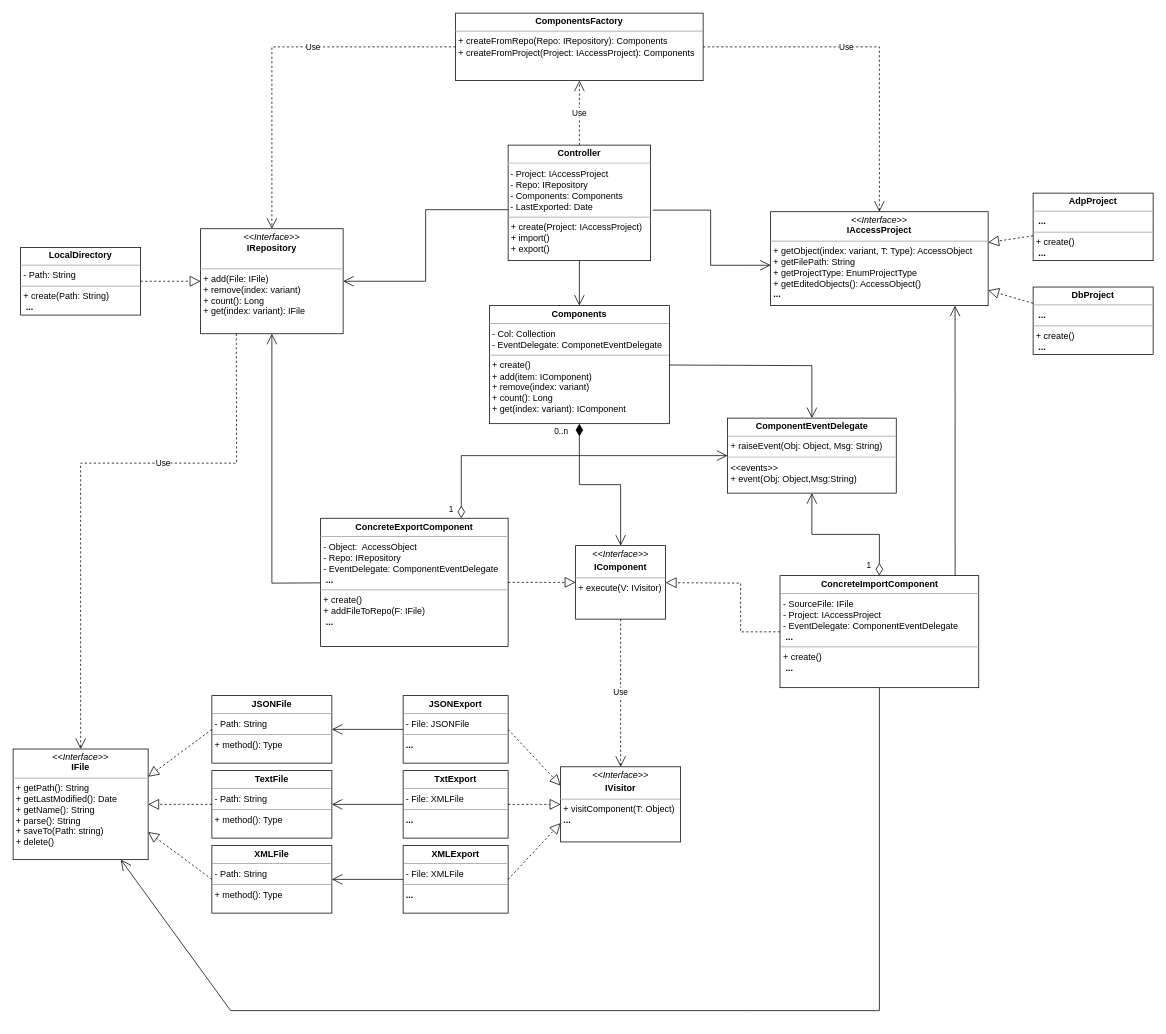
The draw.io diagram Class Diagram.drawio in Whiskeyless/msaccess-vcs-integration, before the edit. Source tidied: cells renumbered, new cells numbered last; positions are measured from the earlier drawing's top-left corner, leaving out a move shared by most shapes. Both pictures are drawn from the tidied source at 75%, with x=0, y=0 at pixel (13, 13).
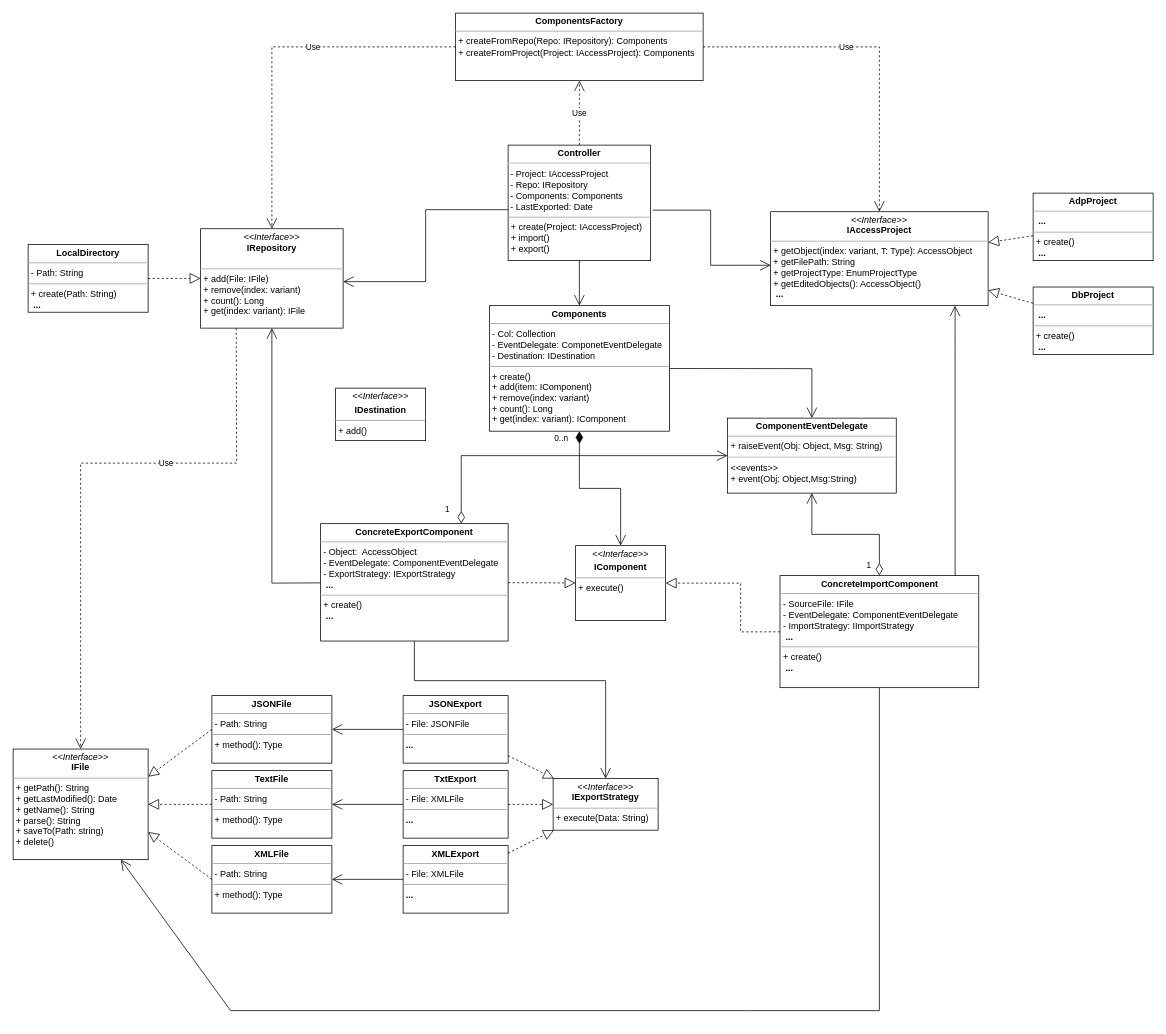
The same page after the edit.

The change refers to these unchanged cells:
```xml
<mxCell id="3" value="&lt;p style=&quot;margin:0px;margin-top:4px;text-align:center;&quot;&gt;&lt;b&gt;Controller&lt;/b&gt;&lt;/p&gt;&lt;hr&gt;&amp;nbsp;- Project: IAccessProject&lt;br&gt;&amp;nbsp;- Repo: IRepository&lt;br&gt;&amp;nbsp;- Components: Components&lt;br&gt;&amp;nbsp;- LastExported: Date&lt;br&gt;&lt;hr size=&quot;1&quot;&gt;&lt;p style=&quot;margin:0px;margin-left:4px;&quot;&gt;+ create(Project: IAccessProject)&lt;/p&gt;&lt;p style=&quot;margin:0px;margin-left:4px;&quot;&gt;+ import()&lt;/p&gt;&lt;p style=&quot;margin:0px;margin-left:4px;&quot;&gt;+ export()&lt;/p&gt;&lt;p style=&quot;margin:0px;margin-left:4px;&quot;&gt;&amp;nbsp;&lt;b&gt;...&lt;/b&gt;&lt;/p&gt;" style="verticalAlign=top;align=left;overflow=fill;fontSize=12;fontFamily=Helvetica;html=1;" parent="1" vertex="1">
  <mxGeometry x="660" y="176" width="190" height="154" as="geometry" />
</mxCell>
<mxCell id="11" value="&lt;p style=&quot;margin:0px;margin-top:4px;text-align:center;&quot;&gt;&lt;b&gt;XMLExport&lt;/b&gt;&lt;/p&gt;&lt;hr size=&quot;1&quot;&gt;&lt;p style=&quot;margin:0px;margin-left:4px;&quot;&gt;- File: XMLFile&lt;/p&gt;&lt;hr size=&quot;1&quot;&gt;&lt;p style=&quot;margin: 0px 0px 0px 4px;&quot;&gt;&lt;b&gt;...&lt;/b&gt;&lt;/p&gt;" style="verticalAlign=top;align=left;overflow=fill;fontSize=12;fontFamily=Helvetica;html=1;" parent="1" vertex="1">
  <mxGeometry x="520" y="1110" width="140" height="90" as="geometry" />
</mxCell>
<mxCell id="12" value="&lt;p style=&quot;margin:0px;margin-top:4px;text-align:center;&quot;&gt;&lt;b&gt;JSONExport&lt;/b&gt;&lt;/p&gt;&lt;hr size=&quot;1&quot;&gt;&lt;p style=&quot;margin:0px;margin-left:4px;&quot;&gt;- File: JSONFile&lt;/p&gt;&lt;hr size=&quot;1&quot;&gt;&lt;p style=&quot;margin:0px;margin-left:4px;&quot;&gt;&lt;b style=&quot;background-color: initial;&quot;&gt;...&lt;/b&gt;&lt;br&gt;&lt;/p&gt;" style="verticalAlign=top;align=left;overflow=fill;fontSize=12;fontFamily=Helvetica;html=1;" parent="1" vertex="1">
  <mxGeometry x="520" y="910" width="140" height="90" as="geometry" />
</mxCell>
<mxCell id="30" value="&lt;p style=&quot;margin:0px;margin-top:4px;text-align:center;&quot;&gt;&lt;b&gt;TxtExport&lt;/b&gt;&lt;/p&gt;&lt;hr size=&quot;1&quot;&gt;&lt;p style=&quot;margin:0px;margin-left:4px;&quot;&gt;- File: XMLFile&lt;/p&gt;&lt;hr size=&quot;1&quot;&gt;&lt;p style=&quot;margin: 0px 0px 0px 4px;&quot;&gt;&lt;b style=&quot;background-color: initial;&quot;&gt;...&lt;/b&gt;&lt;br&gt;&lt;/p&gt;" style="verticalAlign=top;align=left;overflow=fill;fontSize=12;fontFamily=Helvetica;html=1;" parent="1" vertex="1">
  <mxGeometry x="520" y="1010" width="140" height="90" as="geometry" />
</mxCell>
<mxCell id="44" value="&lt;p style=&quot;margin:0px;margin-top:4px;text-align:center;&quot;&gt;&lt;b&gt;ComponentEventDelegate&lt;/b&gt;&lt;/p&gt;&lt;hr size=&quot;1&quot;&gt;&lt;p style=&quot;margin:0px;margin-left:4px;&quot;&gt;+ raiseEvent(Obj: Object, Msg: String)&lt;/p&gt;&lt;hr&gt;&lt;p style=&quot;margin:0px;margin-left:4px;&quot;&gt;&amp;lt;&amp;lt;events&amp;gt;&amp;gt;&lt;/p&gt;&lt;p style=&quot;margin:0px;margin-left:4px;&quot;&gt;+ event(Obj: Object,Msg:String)&lt;/p&gt;&lt;p style=&quot;margin:0px;margin-left:4px;&quot;&gt;&lt;br&gt;&lt;/p&gt;" style="verticalAlign=top;align=left;overflow=fill;fontSize=12;fontFamily=Helvetica;html=1;" parent="1" vertex="1">
  <mxGeometry x="952.5" y="540" width="225" height="100" as="geometry" />
</mxCell>
```

Change to the diagram source:
```diff
@@
-    <mxCell id="2" value="&lt;p style=&quot;margin:0px;margin-top:4px;text-align:center;&quot;&gt;&lt;i&gt;&amp;lt;&amp;lt;Interface&amp;gt;&amp;gt;&lt;b&gt;&lt;br&gt;&lt;/b&gt;&lt;/i&gt;&lt;b&gt;IAccessProject&lt;/b&gt;&lt;/p&gt;&lt;hr size=&quot;1&quot;&gt;&lt;p style=&quot;margin:0px;margin-left:4px;&quot;&gt;+ getObject(index: variant, T: Type): AccessObject&lt;/p&gt;&lt;p style=&quot;margin:0px;margin-left:4px;&quot;&gt;+ getFilePath: String&lt;/p&gt;&lt;p style=&quot;margin:0px;margin-left:4px;&quot;&gt;+ getProjectType: EnumProjectType&lt;/p&gt;&lt;p style=&quot;margin:0px;margin-left:4px;&quot;&gt;+ getEditedObjects(): AccessObject()&lt;/p&gt;&lt;p style=&quot;margin:0px;margin-left:4px;&quot;&gt;&lt;b&gt;...&lt;/b&gt;&lt;/p&gt;" style="verticalAlign=top;align=left;overflow=fill;fontSize=12;fontFamily=Helvetica;html=1;" parent="1" vertex="1">
+    <mxCell id="2" value="&lt;p style=&quot;margin:0px;margin-top:4px;text-align:center;&quot;&gt;&lt;i&gt;&amp;lt;&amp;lt;Interface&amp;gt;&amp;gt;&lt;b&gt;&lt;br&gt;&lt;/b&gt;&lt;/i&gt;&lt;b&gt;IAccessProject&lt;/b&gt;&lt;/p&gt;&lt;hr size=&quot;1&quot;&gt;&lt;p style=&quot;margin:0px;margin-left:4px;&quot;&gt;+ getObject(index: variant, T: Type): AccessObject&lt;/p&gt;&lt;p style=&quot;margin:0px;margin-left:4px;&quot;&gt;+ getFilePath: String&lt;/p&gt;&lt;p style=&quot;margin:0px;margin-left:4px;&quot;&gt;+ getProjectType: EnumProjectType&lt;/p&gt;&lt;p style=&quot;margin:0px;margin-left:4px;&quot;&gt;+ getEditedObjects(): AccessObject()&lt;/p&gt;&lt;p style=&quot;margin:0px;margin-left:4px;&quot;&gt;&lt;b&gt;&amp;nbsp;...&lt;/b&gt;&lt;/p&gt;" style="verticalAlign=top;align=left;overflow=fill;fontSize=12;fontFamily=Helvetica;html=1;" parent="1" vertex="1">
       <mxGeometry x="1010" y="264.8" width="290" height="125.2" as="geometry" />
     </mxCell>
@@
-    <mxCell id="7" value="&lt;p style=&quot;margin:0px;margin-top:4px;text-align:center;&quot;&gt;&lt;b&gt;ConcreteExportComponent&lt;/b&gt;&lt;/p&gt;&lt;hr size=&quot;1&quot;&gt;&lt;p style=&quot;margin:0px;margin-left:4px;&quot;&gt;- Object:&amp;nbsp; AccessObject&lt;/p&gt;&lt;p style=&quot;margin:0px;margin-left:4px;&quot;&gt;&lt;span style=&quot;background-color: initial;&quot;&gt;- Repo: IRepository&lt;/span&gt;&lt;br&gt;&lt;/p&gt;&lt;p style=&quot;margin:0px;margin-left:4px;&quot;&gt;- EventDelegate: ComponentEventDelegate&lt;/p&gt;&lt;p style=&quot;margin:0px;margin-left:4px;&quot;&gt;&lt;span style=&quot;background-color: initial;&quot;&gt;&amp;nbsp;&lt;/span&gt;&lt;b style=&quot;background-color: initial;&quot;&gt;...&lt;/b&gt;&lt;br&gt;&lt;/p&gt;&lt;hr size=&quot;1&quot;&gt;&lt;p style=&quot;margin:0px;margin-left:4px;&quot;&gt;+ create()&lt;/p&gt;&lt;p style=&quot;margin:0px;margin-left:4px;&quot;&gt;+ addFileToRepo(F: IFile)&lt;/p&gt;&lt;p style=&quot;margin:0px;margin-left:4px;&quot;&gt;&amp;nbsp;&lt;b&gt;...&lt;/b&gt;&lt;/p&gt;" style="verticalAlign=top;align=left;overflow=fill;fontSize=12;fontFamily=Helvetica;html=1;" parent="1" vertex="1">
-      <mxGeometry x="410" y="673.5" width="250" height="171" as="geometry" />
+    <mxCell id="7" value="&lt;p style=&quot;margin:0px;margin-top:4px;text-align:center;&quot;&gt;&lt;b&gt;ConcreteExportComponent&lt;/b&gt;&lt;/p&gt;&lt;hr size=&quot;1&quot;&gt;&lt;p style=&quot;margin:0px;margin-left:4px;&quot;&gt;- Object:&amp;nbsp; AccessObject&lt;/p&gt;&lt;p style=&quot;margin:0px;margin-left:4px;&quot;&gt;- EventDelegate: ComponentEventDelegate&lt;/p&gt;&lt;p style=&quot;margin:0px;margin-left:4px;&quot;&gt;- ExportStrategy: IExportStrategy&lt;/p&gt;&lt;p style=&quot;margin:0px;margin-left:4px;&quot;&gt;&lt;span style=&quot;background-color: initial;&quot;&gt;&amp;nbsp;&lt;/span&gt;&lt;b style=&quot;background-color: initial;&quot;&gt;...&lt;/b&gt;&lt;br&gt;&lt;/p&gt;&lt;hr size=&quot;1&quot;&gt;&lt;p style=&quot;margin:0px;margin-left:4px;&quot;&gt;+ create()&lt;/p&gt;&lt;p style=&quot;margin:0px;margin-left:4px;&quot;&gt;&amp;nbsp;&lt;b&gt;...&lt;/b&gt;&lt;/p&gt;" style="verticalAlign=top;align=left;overflow=fill;fontSize=12;fontFamily=Helvetica;html=1;" parent="1" vertex="1">
+      <mxGeometry x="410" y="680.7" width="250" height="156.5" as="geometry" />
     </mxCell>
-    <mxCell id="8" value="&lt;p style=&quot;margin:0px;margin-top:4px;text-align:center;&quot;&gt;&lt;i&gt;&amp;lt;&amp;lt;Interface&amp;gt;&amp;gt;&lt;/i&gt;&lt;br&gt;&lt;/p&gt;&lt;p style=&quot;margin:0px;margin-top:4px;text-align:center;&quot;&gt;&lt;b&gt;IComponent&lt;/b&gt;&lt;/p&gt;&lt;hr size=&quot;1&quot;&gt;&lt;p style=&quot;margin: 0px 0px 0px 4px;&quot;&gt;+ execute(V: IVisitor)&lt;/p&gt;" style="verticalAlign=top;align=left;overflow=fill;fontSize=12;fontFamily=Helvetica;html=1;" parent="1" vertex="1">
-      <mxGeometry x="750" y="710" width="120" height="98" as="geometry" />
+    <mxCell id="8" value="&lt;p style=&quot;margin:0px;margin-top:4px;text-align:center;&quot;&gt;&lt;i&gt;&amp;lt;&amp;lt;Interface&amp;gt;&amp;gt;&lt;/i&gt;&lt;br&gt;&lt;/p&gt;&lt;p style=&quot;margin:0px;margin-top:4px;text-align:center;&quot;&gt;&lt;b&gt;IComponent&lt;/b&gt;&lt;/p&gt;&lt;hr size=&quot;1&quot;&gt;&lt;p style=&quot;margin: 0px 0px 0px 4px;&quot;&gt;+ execute()&lt;/p&gt;" style="verticalAlign=top;align=left;overflow=fill;fontSize=12;fontFamily=Helvetica;html=1;" parent="1" vertex="1">
+      <mxGeometry x="750" y="710" width="120" height="100" as="geometry" />
     </mxCell>
@@
-    <mxCell id="10" value="&lt;p style=&quot;margin:0px;margin-top:4px;text-align:center;&quot;&gt;&lt;i&gt;&amp;lt;&amp;lt;Interface&amp;gt;&amp;gt;&lt;/i&gt;&lt;br&gt;&lt;/p&gt;&lt;p style=&quot;margin:0px;margin-top:4px;text-align:center;&quot;&gt;&lt;b&gt;IVisitor&lt;/b&gt;&lt;/p&gt;&lt;hr size=&quot;1&quot;&gt;&lt;p style=&quot;margin:0px;margin-left:4px;&quot;&gt;+ visitComponent(T: Object)&lt;br&gt;&lt;/p&gt;&lt;p style=&quot;margin:0px;margin-left:4px;&quot;&gt;&lt;b style=&quot;background-color: initial;&quot;&gt;...&lt;/b&gt;&lt;br&gt;&lt;/p&gt;" style="verticalAlign=top;align=left;overflow=fill;fontSize=12;fontFamily=Helvetica;html=1;" parent="1" vertex="1">
-      <mxGeometry x="730" y="1004.9" width="160" height="100.2" as="geometry" />
-    </mxCell>
@@
-    <mxCell id="13" style="endArrow=block;dashed=1;endFill=0;endSize=12;html=1;rounded=0;entryX=0;entryY=0.25;entryDx=0;entryDy=0;exitX=1;exitY=0.5;exitDx=0;exitDy=0;" parent="1" edge="1" source="12" target="10">
-      <mxGeometry relative="1" as="geometry" />
-    </mxCell>
-    <mxCell id="14" style="endArrow=block;dashed=1;endFill=0;endSize=12;html=1;rounded=0;entryX=0;entryY=0.75;entryDx=0;entryDy=0;exitX=1;exitY=0.5;exitDx=0;exitDy=0;" parent="1" edge="1" source="11" target="10">
-      <mxGeometry relative="1" as="geometry" />
-    </mxCell>
@@
     <mxCell id="25" value="&lt;p style=&quot;margin:0px;margin-top:4px;text-align:center;&quot;&gt;&lt;i&gt;&amp;lt;&amp;lt;Interface&amp;gt;&amp;gt;&lt;/i&gt;&lt;br&gt;&lt;b&gt;IRepository&lt;/b&gt;&lt;/p&gt;&lt;br&gt;&lt;hr size=&quot;1&quot;&gt;&lt;p style=&quot;margin:0px;margin-left:4px;&quot;&gt;+ add(File: IFile)&lt;br&gt;+ remove(index: variant)&lt;/p&gt;&lt;p style=&quot;margin:0px;margin-left:4px;&quot;&gt;+ count(): Long&lt;/p&gt;&lt;p style=&quot;margin:0px;margin-left:4px;&quot;&gt;+ get(index: variant): IFile&lt;/p&gt;" style="verticalAlign=top;align=left;overflow=fill;fontSize=12;fontFamily=Helvetica;html=1;" parent="1" vertex="1">
-      <mxGeometry x="250" y="287.5" width="190" height="140" as="geometry" />
+      <mxGeometry x="250" y="287.5" width="190" height="132.5" as="geometry" />
     </mxCell>
     <mxCell id="26" value="&lt;p style=&quot;margin:0px;margin-top:4px;text-align:center;&quot;&gt;&lt;b&gt;LocalDirectory&lt;/b&gt;&lt;/p&gt;&lt;hr size=&quot;1&quot;&gt;&lt;p style=&quot;margin:0px;margin-left:4px;&quot;&gt;- Path: String&lt;/p&gt;&lt;hr size=&quot;1&quot;&gt;&lt;p style=&quot;margin:0px;margin-left:4px;&quot;&gt;+ create(Path: String)&lt;/p&gt;&lt;p style=&quot;margin:0px;margin-left:4px;&quot;&gt;&amp;nbsp;&lt;b&gt;...&lt;/b&gt;&lt;/p&gt;" style="verticalAlign=top;align=left;overflow=fill;fontSize=12;fontFamily=Helvetica;html=1;" parent="1" vertex="1">
-      <mxGeometry x="10" y="312.4" width="160" height="90.2" as="geometry" />
+      <mxGeometry x="20" y="308.6" width="160" height="90.2" as="geometry" />
     </mxCell>
@@
-    <mxCell id="29" style="endArrow=open;html=1;endSize=12;startArrow=none;startSize=14;startFill=0;edgeStyle=orthogonalEdgeStyle;align=left;verticalAlign=bottom;rounded=0;exitX=0;exitY=0.559;exitDx=0;exitDy=0;exitPerimeter=0;entryX=1;entryY=0.5;entryDx=0;entryDy=0;" parent="1" edge="1" source="3" target="25">
+    <mxCell id="29" style="endArrow=open;html=1;endSize=12;startArrow=none;startSize=14;startFill=0;edgeStyle=orthogonalEdgeStyle;align=left;verticalAlign=bottom;rounded=0;exitX=0;exitY=0.559;exitDx=0;exitDy=0;exitPerimeter=0;" parent="1" edge="1" source="3" target="25">
       <mxGeometry x="-0.68" y="-32" relative="1" as="geometry">
         <Array as="points">
           <mxPoint x="550" y="262" />
           <mxPoint x="550" y="358" />
         </Array>
       </mxGeometry>
     </mxCell>
@@
-    <mxCell id="31" style="endArrow=block;dashed=1;endFill=0;endSize=12;html=1;rounded=0;entryX=0;entryY=0.5;entryDx=0;entryDy=0;exitX=1;exitY=0.5;exitDx=0;exitDy=0;" parent="1" edge="1" source="30" target="10">
-      <mxGeometry relative="1" as="geometry" />
-    </mxCell>
@@
-    <mxCell id="35" value="&lt;p style=&quot;margin:0px;margin-top:4px;text-align:center;&quot;&gt;&lt;b&gt;Components&lt;/b&gt;&lt;/p&gt;&lt;hr size=&quot;1&quot;&gt;&lt;p style=&quot;margin:0px;margin-left:4px;&quot;&gt;- Col: Collection&lt;/p&gt;&lt;p style=&quot;margin:0px;margin-left:4px;&quot;&gt;- EventDelegate: ComponetEventDelegate&lt;/p&gt;&lt;hr size=&quot;1&quot;&gt;&lt;p style=&quot;margin:0px;margin-left:4px;&quot;&gt;+ create()&lt;/p&gt;&lt;p style=&quot;margin:0px;margin-left:4px;&quot;&gt;+ add(item: IComponent)&lt;/p&gt;&lt;p style=&quot;margin:0px;margin-left:4px;&quot;&gt;+ remove(index: variant)&lt;/p&gt;&lt;p style=&quot;margin:0px;margin-left:4px;&quot;&gt;+ count(): Long&lt;/p&gt;&lt;p style=&quot;margin:0px;margin-left:4px;&quot;&gt;+ get(index: variant): IComponent&lt;/p&gt;" style="verticalAlign=top;align=left;overflow=fill;fontSize=12;fontFamily=Helvetica;html=1;" parent="1" vertex="1">
-      <mxGeometry x="635" y="390" width="240" height="157.4" as="geometry" />
+    <mxCell id="35" value="&lt;p style=&quot;margin:0px;margin-top:4px;text-align:center;&quot;&gt;&lt;b&gt;Components&lt;/b&gt;&lt;/p&gt;&lt;hr size=&quot;1&quot;&gt;&lt;p style=&quot;margin:0px;margin-left:4px;&quot;&gt;- Col: Collection&lt;/p&gt;&lt;p style=&quot;margin:0px;margin-left:4px;&quot;&gt;- EventDelegate: ComponetEventDelegate&lt;/p&gt;&lt;p style=&quot;margin:0px;margin-left:4px;&quot;&gt;- Destination: IDestination&lt;/p&gt;&lt;hr size=&quot;1&quot;&gt;&lt;p style=&quot;margin:0px;margin-left:4px;&quot;&gt;+ create()&lt;/p&gt;&lt;p style=&quot;margin:0px;margin-left:4px;&quot;&gt;+ add(item: IComponent)&lt;/p&gt;&lt;p style=&quot;margin:0px;margin-left:4px;&quot;&gt;+ remove(index: variant)&lt;/p&gt;&lt;p style=&quot;margin:0px;margin-left:4px;&quot;&gt;+ count(): Long&lt;/p&gt;&lt;p style=&quot;margin:0px;margin-left:4px;&quot;&gt;+ get(index: variant): IComponent&lt;/p&gt;" style="verticalAlign=top;align=left;overflow=fill;fontSize=12;fontFamily=Helvetica;html=1;" parent="1" vertex="1">
+      <mxGeometry x="635" y="390" width="240" height="167.4" as="geometry" />
     </mxCell>
@@
-    <mxCell id="39" value="&lt;p style=&quot;margin:0px;margin-top:4px;text-align:center;&quot;&gt;&lt;b&gt;ConcreteImportComponent&lt;/b&gt;&lt;/p&gt;&lt;hr size=&quot;1&quot;&gt;&lt;p style=&quot;margin:0px;margin-left:4px;&quot;&gt;- SourceFile: IFile&lt;/p&gt;&lt;p style=&quot;margin:0px;margin-left:4px;&quot;&gt;&lt;span style=&quot;background-color: initial;&quot;&gt;- Project: IAccessProject&lt;/span&gt;&lt;br&gt;&lt;/p&gt;&lt;p style=&quot;margin:0px;margin-left:4px;&quot;&gt;- EventDelegate: ComponentEventDelegate&lt;/p&gt;&lt;p style=&quot;margin:0px;margin-left:4px;&quot;&gt;&lt;span style=&quot;background-color: initial;&quot;&gt;&amp;nbsp;&lt;/span&gt;&lt;b style=&quot;background-color: initial;&quot;&gt;...&lt;/b&gt;&lt;br&gt;&lt;/p&gt;&lt;hr size=&quot;1&quot;&gt;&lt;p style=&quot;margin:0px;margin-left:4px;&quot;&gt;+ c&lt;span style=&quot;background-color: initial;&quot;&gt;reate()&lt;/span&gt;&lt;/p&gt;&lt;p style=&quot;margin:0px;margin-left:4px;&quot;&gt;&amp;nbsp;&lt;b&gt;...&lt;/b&gt;&lt;/p&gt;" style="verticalAlign=top;align=left;overflow=fill;fontSize=12;fontFamily=Helvetica;html=1;" parent="1" vertex="1">
+    <mxCell id="39" value="&lt;p style=&quot;margin:0px;margin-top:4px;text-align:center;&quot;&gt;&lt;b&gt;ConcreteImportComponent&lt;/b&gt;&lt;/p&gt;&lt;hr size=&quot;1&quot;&gt;&lt;p style=&quot;margin:0px;margin-left:4px;&quot;&gt;- SourceFile: IFile&lt;/p&gt;&lt;p style=&quot;margin:0px;margin-left:4px;&quot;&gt;- EventDelegate: ComponentEventDelegate&lt;/p&gt;&lt;p style=&quot;margin:0px;margin-left:4px;&quot;&gt;- ImportStrategy: IImportStrategy&lt;/p&gt;&lt;p style=&quot;margin:0px;margin-left:4px;&quot;&gt;&lt;span style=&quot;background-color: initial;&quot;&gt;&amp;nbsp;&lt;/span&gt;&lt;b style=&quot;background-color: initial;&quot;&gt;...&lt;/b&gt;&lt;br&gt;&lt;/p&gt;&lt;hr size=&quot;1&quot;&gt;&lt;p style=&quot;margin:0px;margin-left:4px;&quot;&gt;+ c&lt;span style=&quot;background-color: initial;&quot;&gt;reate()&lt;/span&gt;&lt;/p&gt;&lt;p style=&quot;margin:0px;margin-left:4px;&quot;&gt;&amp;nbsp;&lt;b&gt;...&lt;/b&gt;&lt;/p&gt;" style="verticalAlign=top;align=left;overflow=fill;fontSize=12;fontFamily=Helvetica;html=1;" parent="1" vertex="1">
       <mxGeometry x="1022.5" y="750" width="265" height="149.4" as="geometry" />
     </mxCell>
@@
-    <mxCell id="41" value="Use" style="endArrow=open;endSize=12;dashed=1;html=1;rounded=0;" parent="1" edge="1" source="8" target="10">
-      <mxGeometry relative="1" as="geometry" />
-    </mxCell>
@@
     <mxCell id="49" style="endArrow=open;endFill=1;endSize=12;html=1;rounded=0;" parent="1" edge="1" source="35" target="44">
       <mxGeometry relative="1" as="geometry">
         <Array as="points">
-          <mxPoint x="1065" y="470" />
+          <mxPoint x="1065" y="474" />
         </Array>
       </mxGeometry>
     </mxCell>
@@
+    <mxCell id="53" value="&lt;p style=&quot;margin:0px;margin-top:4px;text-align:center;&quot;&gt;&lt;i&gt;&amp;lt;&amp;lt;Interface&amp;gt;&amp;gt;&lt;/i&gt;&lt;br&gt;&lt;b&gt;IExportStrategy&lt;/b&gt;&lt;/p&gt;&lt;hr size=&quot;1&quot;&gt;&lt;p style=&quot;margin:0px;margin-left:4px;&quot;&gt;+ execute(Data: String)&lt;br&gt;&lt;/p&gt;" style="verticalAlign=top;align=left;overflow=fill;fontSize=12;fontFamily=Helvetica;html=1;" parent="1" vertex="1">
+      <mxGeometry x="720" y="1020.6" width="140" height="68.8" as="geometry" />
+    </mxCell>
+    <mxCell id="54" style="endArrow=block;dashed=1;endFill=0;endSize=12;html=1;rounded=0;" parent="1" edge="1" source="12" target="53">
+      <mxGeometry relative="1" as="geometry" />
+    </mxCell>
+    <mxCell id="55" style="endArrow=block;dashed=1;endFill=0;endSize=12;html=1;rounded=0;" parent="1" edge="1" source="30" target="53">
+      <mxGeometry relative="1" as="geometry" />
+    </mxCell>
+    <mxCell id="56" style="endArrow=block;dashed=1;endFill=0;endSize=12;html=1;rounded=0;" parent="1" edge="1" source="11" target="53">
+      <mxGeometry relative="1" as="geometry" />
+    </mxCell>
+    <mxCell id="57" style="endArrow=open;endFill=1;endSize=12;html=1;rounded=0;" parent="1" edge="1" source="7" target="53">
+      <mxGeometry relative="1" as="geometry">
+        <Array as="points">
+          <mxPoint x="535" y="890" />
+          <mxPoint x="790" y="890" />
+        </Array>
+      </mxGeometry>
+    </mxCell>
+    <mxCell id="58" value="&lt;p style=&quot;margin:0px;margin-top:4px;text-align:center;&quot;&gt;&lt;i&gt;&amp;lt;&amp;lt;Interface&amp;gt;&amp;gt;&lt;/i&gt;&lt;br&gt;&lt;/p&gt;&lt;p style=&quot;margin:0px;margin-top:4px;text-align:center;&quot;&gt;&lt;b&gt;IDestination&lt;/b&gt;&lt;/p&gt;&lt;hr size=&quot;1&quot;&gt;&lt;p style=&quot;margin: 0px 0px 0px 4px;&quot;&gt;+ add()&lt;/p&gt;" style="verticalAlign=top;align=left;overflow=fill;fontSize=12;fontFamily=Helvetica;html=1;" parent="1" vertex="1">
+      <mxGeometry x="430" y="500" width="120" height="70" as="geometry" />
+    </mxCell>
```
